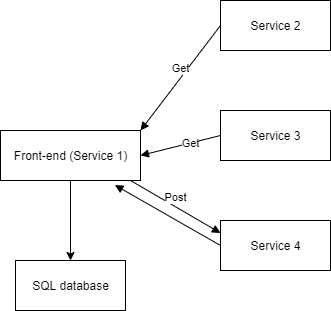
Above: images/Backend.png in Albert-Richards/QA_Project_2 (draw.io), before the change. Source tidied: cells renumbered, new cells last; positions are measured from the earlier drawing's top-left corner, leaving out a move shared by most shapes. Source of this version:
```xml
<mxGraphModel>
  <root>
    <mxCell id="0" />
    <mxCell id="1" parent="0" />
    <mxCell id="2" style="edgeStyle=orthogonalEdgeStyle;rounded=0;jettySize=auto;html=1;exitX=0.5;exitY=1;exitDx=0;exitDy=0;entryX=0.5;entryY=0;entryDx=0;entryDy=0;" parent="1" edge="1" source="3" target="11">
      <mxGeometry relative="1" as="geometry" />
    </mxCell>
    <mxCell id="3" value="Front-end (Service 1)" style="html=1;" parent="1" vertex="1">
      <mxGeometry y="130" width="140" height="50" as="geometry" />
    </mxCell>
    <mxCell id="4" value="Service 2" style="html=1;" parent="1" vertex="1">
      <mxGeometry x="220" width="110" height="50" as="geometry" />
    </mxCell>
    <mxCell id="5" value="Service 3" style="html=1;" parent="1" vertex="1">
      <mxGeometry x="220" y="110" width="110" height="50" as="geometry" />
    </mxCell>
    <mxCell id="6" value="Service 4" style="html=1;" parent="1" vertex="1">
      <mxGeometry x="220" y="220" width="110" height="50" as="geometry" />
    </mxCell>
    <mxCell id="7" value="Get" style="html=1;verticalAlign=bottom;endArrow=block;entryX=1;entryY=0;entryDx=0;entryDy=0;exitX=0;exitY=0.5;exitDx=0;exitDy=0;" parent="1" edge="1" source="4" target="3">
      <mxGeometry relative="1" as="geometry" />
    </mxCell>
    <mxCell id="8" value="Get" style="html=1;verticalAlign=bottom;endArrow=block;entryX=1;entryY=0.5;entryDx=0;entryDy=0;exitX=0;exitY=0.5;exitDx=0;exitDy=0;" parent="1" edge="1" source="5" target="3">
      <mxGeometry x="-0.19" y="9" relative="1" as="geometry" />
    </mxCell>
    <mxCell id="9" value="Post" style="html=1;verticalAlign=bottom;endArrow=block;entryX=0;entryY=0.25;entryDx=0;entryDy=0;" parent="1" edge="1" target="6">
      <mxGeometry relative="1" as="geometry">
        <mxPoint x="130" y="180" as="sourcePoint" />
      </mxGeometry>
    </mxCell>
    <mxCell id="10" style="html=1;verticalAlign=bottom;endArrow=block;exitX=0;exitY=0.5;exitDx=0;exitDy=0;entryX=0.817;entryY=1.092;entryDx=0;entryDy=0;entryPerimeter=0;" parent="1" edge="1" source="6" target="3">
      <mxGeometry relative="1" as="geometry" />
    </mxCell>
    <mxCell id="11" value="SQL database" style="html=1;" parent="1" vertex="1">
      <mxGeometry x="15" y="260" width="110" height="50" as="geometry" />
    </mxCell>
  </root>
</mxGraphModel>
```
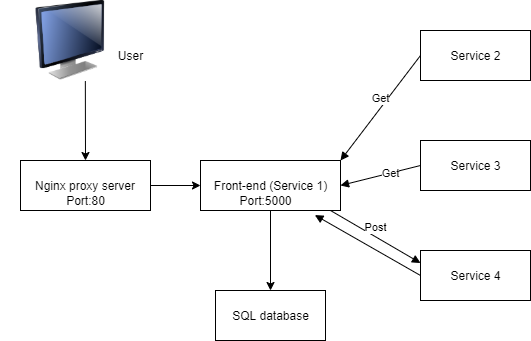
After the commit.

The edit, as a diff of the source:
```diff
@@ -34,5 +34,26 @@
     <mxCell id="11" value="SQL database" style="html=1;" parent="1" vertex="1">
       <mxGeometry x="15" y="260" width="110" height="50" as="geometry" />
     </mxCell>
+    <mxCell id="12" value="Nginx proxy server" style="rounded=0;whiteSpace=wrap;html=1;" parent="1" vertex="1">
+      <mxGeometry x="-180" y="130" width="130" height="50" as="geometry" />
+    </mxCell>
+    <mxCell id="13" value="Port:80" style="text;html=1;align=center;verticalAlign=middle;strokeColor=none;" parent="1" vertex="1">
+      <mxGeometry x="-140" y="160" width="50" height="20" as="geometry" />
+    </mxCell>
+    <mxCell id="14" value="Port:5000" style="text;html=1;align=center;verticalAlign=middle;strokeColor=none;" parent="1" vertex="1">
+      <mxGeometry x="30" y="160" width="70" height="20" as="geometry" />
+    </mxCell>
+    <mxCell id="15" style="endArrow=classic;html=1;exitX=1;exitY=0.5;exitDx=0;exitDy=0;entryX=0;entryY=0.5;entryDx=0;entryDy=0;" parent="1" edge="1" source="12" target="3">
+      <mxGeometry relative="1" as="geometry" />
+    </mxCell>
+    <mxCell id="16" style="endArrow=classic;html=1;exitX=0.606;exitY=1.008;exitDx=0;exitDy=0;entryX=0.5;entryY=0;entryDx=0;entryDy=0;exitPerimeter=0;" parent="1" edge="1" source="17" target="12">
+      <mxGeometry relative="1" as="geometry" />
+    </mxCell>
+    <mxCell id="17" style="image;html=1;image=img/lib/clip_art/computers/Monitor_128x128.png;" parent="1" vertex="1">
+      <mxGeometry x="-200" y="-30" width="140" height="80" as="geometry" />
+    </mxCell>
+    <mxCell id="18" value="User" style="text;html=1;align=center;verticalAlign=middle;strokeColor=none;" parent="1" vertex="1">
+      <mxGeometry x="-90" y="15" width="40" height="20" as="geometry" />
+    </mxCell>
   </root>
 </mxGraphModel>
```
